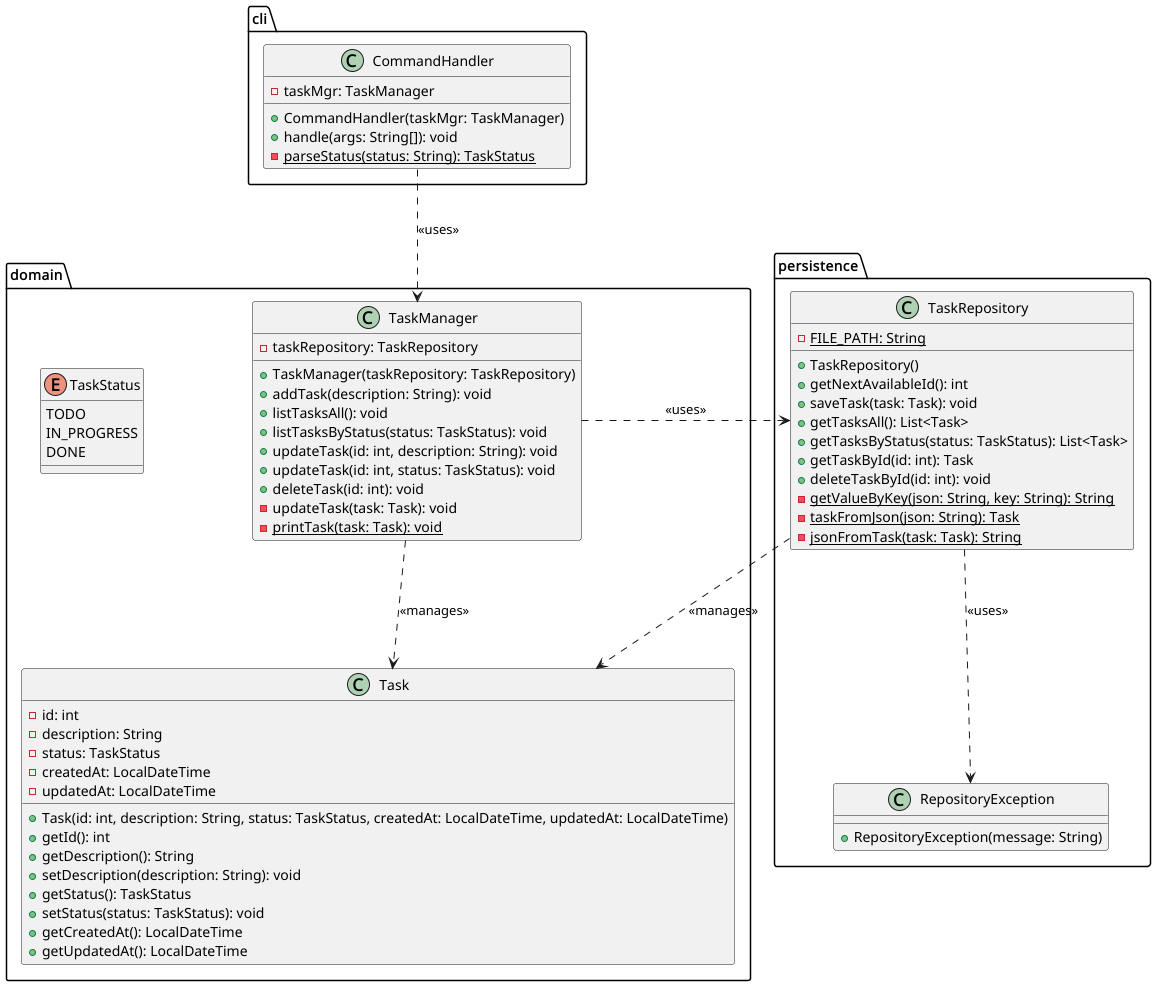
Earlier version of the PlantUML export uml/uml.png (mmistika/task-cli).
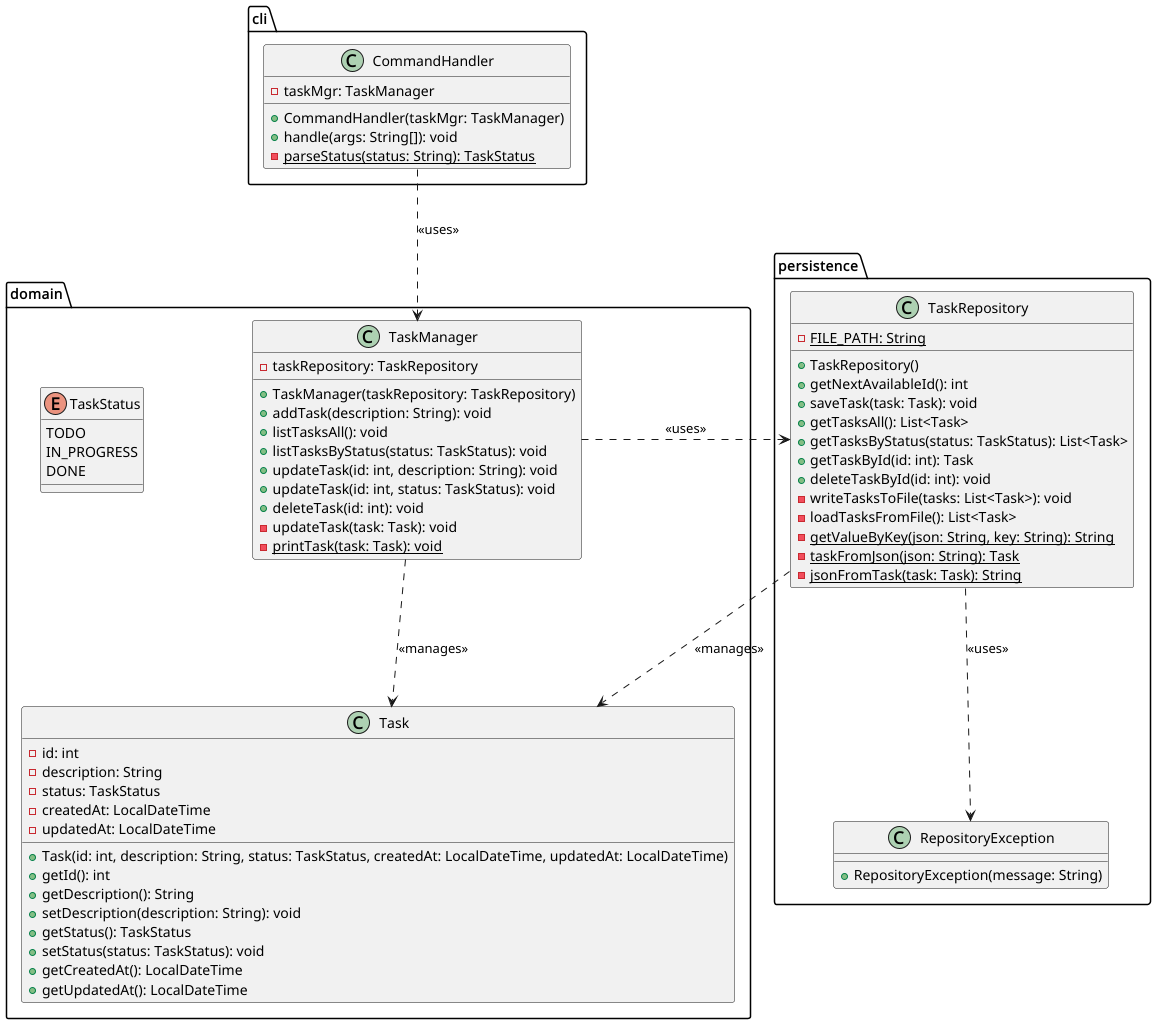
After the commit.

Commit message:
docs: update UML to reflect task loading/writing chages

What changed in the source:
```diff
@@ -59,6 +59,8 @@
         + getTasksByStatus(status: TaskStatus): List<Task>
         + getTaskById(id: int): Task
         + deleteTaskById(id: int): void
+        - writeTasksToFile(tasks: List<Task>): void
+        - loadTasksFromFile(): List<Task>
         - {static} getValueByKey(json: String, key: String): String
         - {static} taskFromJson(json: String): Task
         - {static} jsonFromTask(task: Task): String
```
